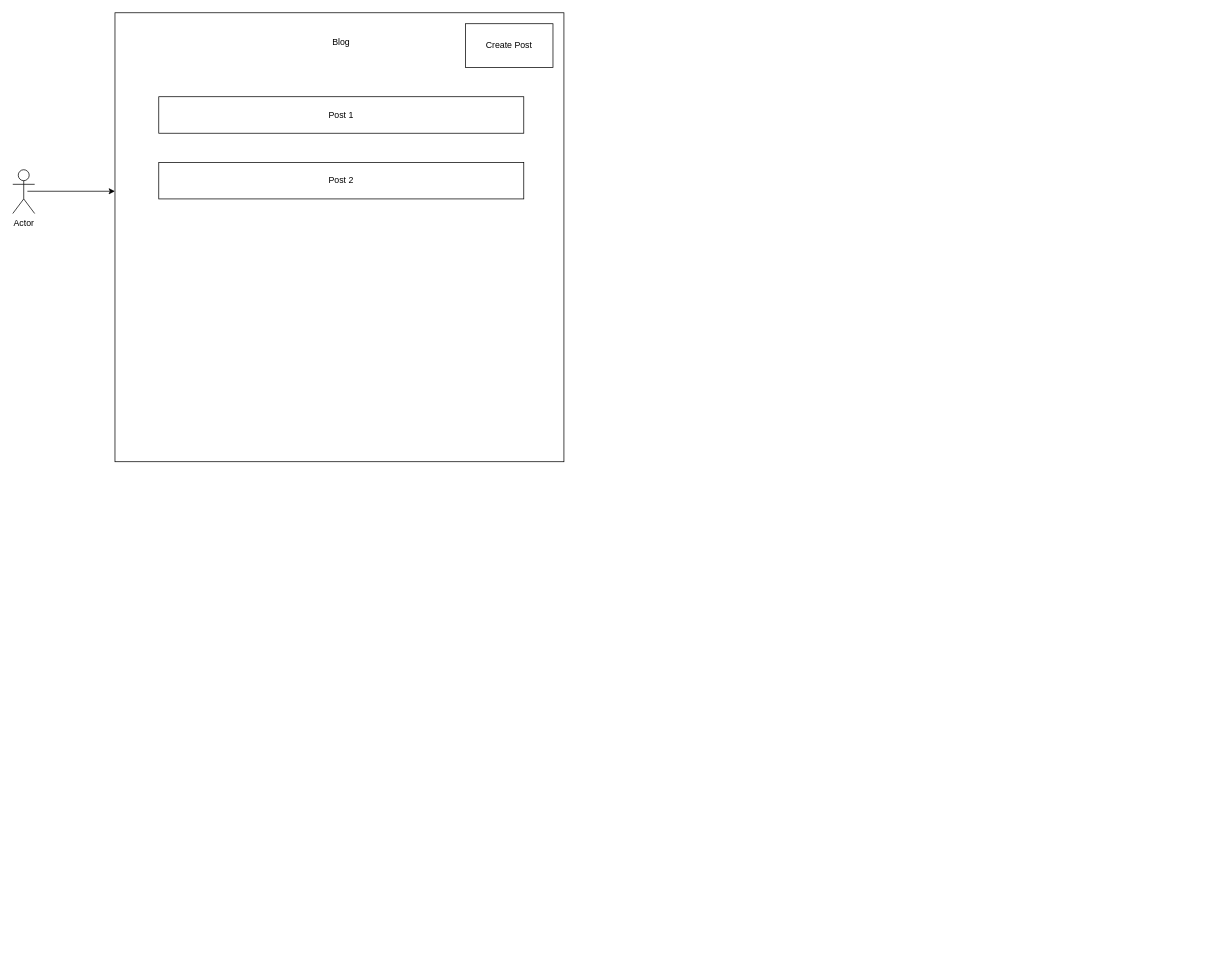
The draw.io diagram page "App Overview" (1 of 2) of Untitled Diagram.drawio in OrShalmayev/mini-microservices, before the edit. Source tidied: cells renumbered, new cells numbered last; positions are measured from the earlier drawing's top-left corner, leaving out a move shared by most shapes. Both pictures are drawn from the tidied source at 73%, with x=0, y=0 at pixel (12, 12).
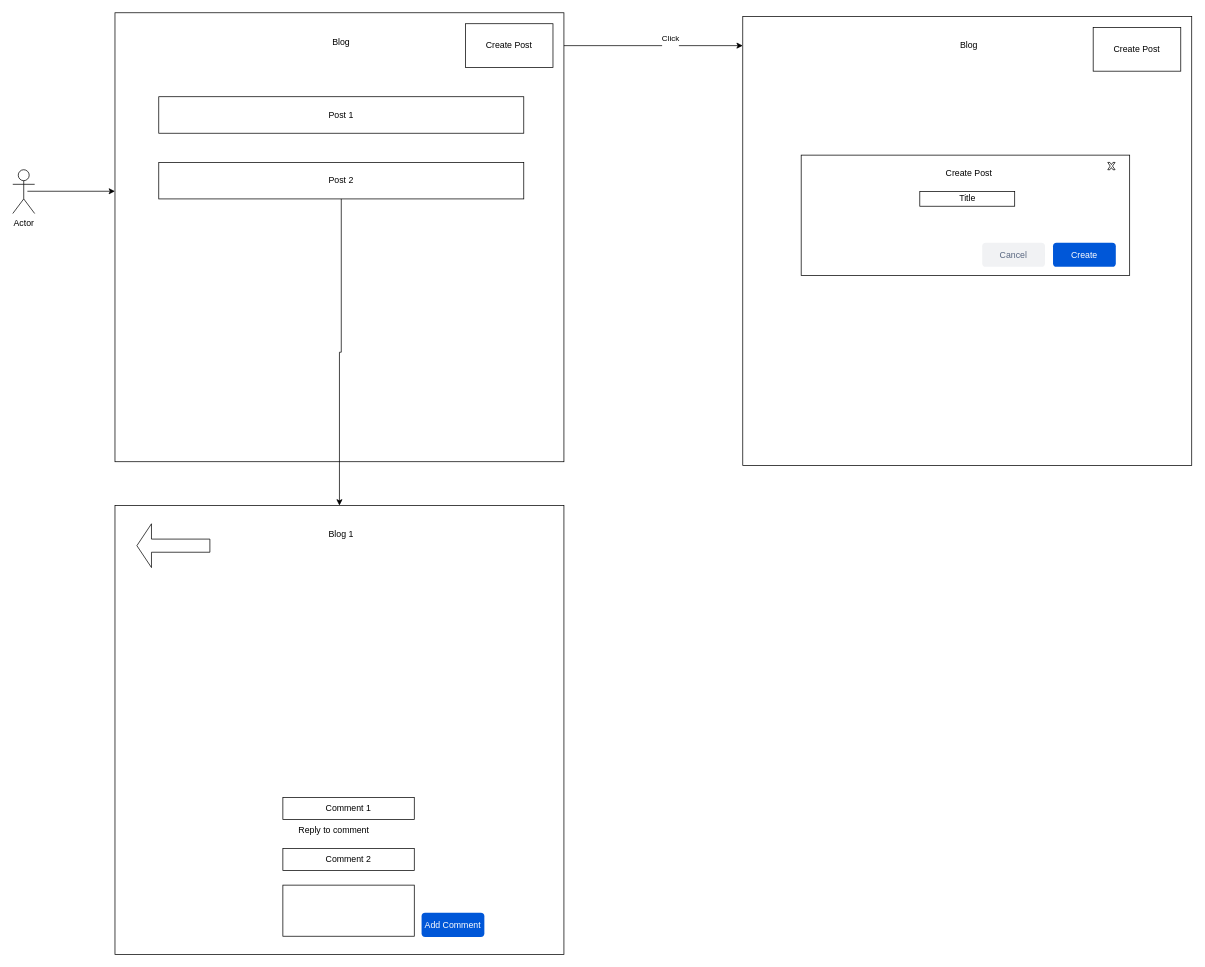
The same page after the edit.

Commit message:
added app overview

The edit, as a diff of the source:
```diff
@@
-    <mxCell id="2" style="whiteSpace=wrap;html=1;" parent="1" vertex="1">
-      <mxGeometry x="140" width="615" height="615" as="geometry" />
-    </mxCell>
@@
+    <mxCell id="9" style="endArrow=classic;html=1;rounded=0;" parent="1" edge="1" source="8">
+      <mxGeometry relative="1" as="geometry">
+        <mxPoint x="1000" y="45" as="targetPoint" />
+      </mxGeometry>
+    </mxCell>
+    <mxCell id="10" value="Click&lt;div&gt;&lt;br&gt;&lt;/div&gt;" style="edgeLabel;html=1;align=center;verticalAlign=middle;" parent="9" vertex="1">
+      <mxGeometry x="0.23" y="4" relative="1" as="geometry" />
+    </mxCell>
+    <mxCell id="11" style="group;" parent="1" vertex="1">
+      <mxGeometry x="140" width="615" height="615" as="geometry" />
+    </mxCell>
+    <mxCell id="2" style="whiteSpace=wrap;html=1;" parent="11" vertex="1">
+      <mxGeometry width="615" height="615" as="geometry" />
+    </mxCell>
-    <mxCell id="5" value="Post 1" style="rounded=0;whiteSpace=wrap;html=1;" parent="1" vertex="1">
-      <mxGeometry x="200" y="115" width="500" height="50" as="geometry" />
+    <mxCell id="5" value="Post 1" style="rounded=0;whiteSpace=wrap;html=1;" parent="11" vertex="1">
+      <mxGeometry x="60" y="115" width="500" height="50" as="geometry" />
     </mxCell>
-    <mxCell id="6" value="Post 2" style="rounded=0;whiteSpace=wrap;html=1;" parent="1" vertex="1">
-      <mxGeometry x="200" y="205" width="500" height="50" as="geometry" />
+    <mxCell id="6" value="Post 2" style="rounded=0;whiteSpace=wrap;html=1;" parent="11" vertex="1">
+      <mxGeometry x="60" y="205" width="500" height="50" as="geometry" />
     </mxCell>
-    <mxCell id="7" value="Blog" style="text;html=1;align=center;verticalAlign=middle;whiteSpace=wrap;rounded=0;" parent="1" vertex="1">
-      <mxGeometry x="420" y="25" width="60" height="30" as="geometry" />
+    <mxCell id="7" value="Blog" style="text;html=1;align=center;verticalAlign=middle;whiteSpace=wrap;rounded=0;" parent="11" vertex="1">
+      <mxGeometry x="280" y="25" width="60" height="30" as="geometry" />
     </mxCell>
-    <mxCell id="8" value="Create Post" style="rounded=0;whiteSpace=wrap;html=1;" parent="1" vertex="1">
-      <mxGeometry x="620" y="15" width="120" height="60" as="geometry" />
+    <mxCell id="8" value="Create Post" style="rounded=0;whiteSpace=wrap;html=1;" parent="11" vertex="1">
+      <mxGeometry x="480" y="15" width="120" height="60" as="geometry" />
     </mxCell>
+    <mxCell id="12" style="group;" parent="1" vertex="1">
+      <mxGeometry x="1000" y="5" width="615" height="615" as="geometry" />
+    </mxCell>
+    <mxCell id="13" style="whiteSpace=wrap;html=1;" parent="12" vertex="1">
+      <mxGeometry width="615" height="615" as="geometry" />
+    </mxCell>
+    <mxCell id="14" style="rounded=0;whiteSpace=wrap;html=1;" parent="12" vertex="1">
+      <mxGeometry x="80" y="190" width="450" height="165" as="geometry" />
+    </mxCell>
+    <mxCell id="15" value="Blog" style="text;html=1;align=center;verticalAlign=middle;whiteSpace=wrap;rounded=0;" parent="12" vertex="1">
+      <mxGeometry x="280" y="25" width="60" height="30" as="geometry" />
+    </mxCell>
+    <mxCell id="16" value="Create Post" style="rounded=0;whiteSpace=wrap;html=1;" parent="12" vertex="1">
+      <mxGeometry x="480" y="15" width="120" height="60" as="geometry" />
+    </mxCell>
+    <mxCell id="17" value="Create Post" style="text;html=1;align=center;verticalAlign=middle;whiteSpace=wrap;rounded=0;" parent="12" vertex="1">
+      <mxGeometry x="260" y="200" width="100" height="30" as="geometry" />
+    </mxCell>
+    <mxCell id="18" style="verticalLabelPosition=bottom;verticalAlign=top;html=1;shape=mxgraph.basic.x;" parent="12" vertex="1">
+      <mxGeometry x="500" y="200" width="10" height="10" as="geometry" />
+    </mxCell>
+    <mxCell id="19" value="Title" style="rounded=0;whiteSpace=wrap;html=1;" parent="12" vertex="1">
+      <mxGeometry x="242.5" y="240" width="130" height="20" as="geometry" />
+    </mxCell>
+    <mxCell id="20" value="Create" style="rounded=1;fillColor=#0057D8;align=center;strokeColor=none;html=1;whiteSpace=wrap;fontColor=#ffffff;fontSize=12;sketch=0;" parent="12" vertex="1">
+      <mxGeometry x="425" y="310" width="86" height="33" as="geometry" />
+    </mxCell>
+    <mxCell id="21" style="html=1;shadow=0;dashed=0;shape=mxgraph.atlassian.checkbox;fillColor=#008465;strokeColor=none;html=1;sketch=0;" parent="12" vertex="1">
+      <mxGeometry x="400" y="319" width="14" height="14" as="geometry" />
+    </mxCell>
+    <mxCell id="22" value="Cancel" style="rounded=1;fillColor=#F1F2F4;strokeColor=none;html=1;whiteSpace=wrap;fontColor=#596780;align=center;verticalAlign=middle;fontStyle=0;fontSize=12;sketch=0;" parent="12" vertex="1">
+      <mxGeometry x="328" y="310" width="86" height="33" as="geometry" />
+    </mxCell>
+    <mxCell id="23" style="group;" parent="1" vertex="1">
+      <mxGeometry x="140" y="675" width="615" height="615" as="geometry" />
+    </mxCell>
+    <mxCell id="24" style="whiteSpace=wrap;html=1;" parent="23" vertex="1">
+      <mxGeometry width="615" height="615" as="geometry" />
+    </mxCell>
+    <mxCell id="25" value="Blog 1" style="text;html=1;align=center;verticalAlign=middle;whiteSpace=wrap;rounded=0;" parent="23" vertex="1">
+      <mxGeometry x="280" y="25" width="60" height="30" as="geometry" />
+    </mxCell>
+    <mxCell id="26" style="rounded=0;whiteSpace=wrap;html=1;" parent="23" vertex="1">
+      <mxGeometry x="230" y="520" width="180" height="70" as="geometry" />
+    </mxCell>
+    <mxCell id="27" value="Add Comment" style="rounded=1;fillColor=#0057D8;strokeColor=none;html=1;whiteSpace=wrap;fontColor=#ffffff;align=center;verticalAlign=middle;fontStyle=0;fontSize=12;sketch=0;" parent="23" vertex="1">
+      <mxGeometry x="420" y="558" width="86" height="33" as="geometry" />
+    </mxCell>
+    <mxCell id="28" value="Comment 1" style="rounded=0;whiteSpace=wrap;html=1;" parent="23" vertex="1">
+      <mxGeometry x="230" y="400" width="180" height="30" as="geometry" />
+    </mxCell>
+    <mxCell id="29" value="Comment 2" style="rounded=0;whiteSpace=wrap;html=1;" parent="23" vertex="1">
+      <mxGeometry x="230" y="470" width="180" height="30" as="geometry" />
+    </mxCell>
+    <mxCell id="30" value="Reply to comment" style="text;html=1;align=center;verticalAlign=middle;whiteSpace=wrap;rounded=0;" parent="23" vertex="1">
+      <mxGeometry x="240" y="430" width="120" height="30" as="geometry" />
+    </mxCell>
+    <mxCell id="31" style="shape=singleArrow;direction=west;whiteSpace=wrap;html=1;" parent="23" vertex="1">
+      <mxGeometry x="30" y="25" width="100" height="60" as="geometry" />
+    </mxCell>
+    <mxCell id="32" style="edgeStyle=orthogonalEdgeStyle;rounded=0;jettySize=auto;html=1;" parent="1" edge="1" source="6" target="24">
+      <mxGeometry relative="1" as="geometry" />
+    </mxCell>
```
